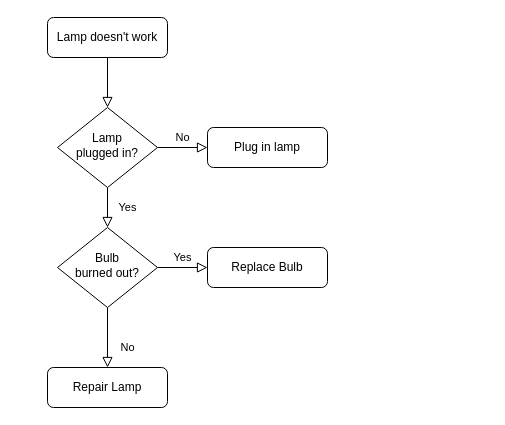
Earlier version of the draw.io diagram Untitled Diagram.drawio (huyle84/diagrams). Source tidied: cells renumbered, new cells numbered last; positions are measured from the earlier drawing's top-left corner, leaving out a move shared by most shapes. Both pictures are drawn from the tidied source at 100%, with x=0, y=0 at pixel (47, 17).
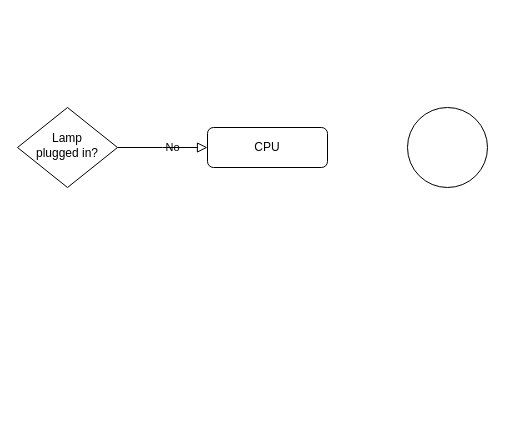
The same page after the edit.

What changed in the source:
```diff
@@
 <mxGraphModel>
   <root>
     <mxCell id="0" />
     <mxCell id="1" parent="0" />
-    <mxCell id="2" style="rounded=0;html=1;jettySize=auto;fontSize=11;endArrow=block;endFill=0;endSize=8;strokeWidth=1;shadow=0;labelBackgroundColor=none;edgeStyle=orthogonalEdgeStyle;" parent="1" edge="1" source="3" target="6">
-      <mxGeometry relative="1" as="geometry" />
-    </mxCell>
-    <mxCell id="3" value="Lamp doesn't work" style="rounded=1;whiteSpace=wrap;html=1;fontSize=12;glass=0;strokeWidth=1;shadow=0;" parent="1" vertex="1">
-      <mxGeometry width="120" height="40" as="geometry" />
+    <mxCell id="3" value="CPU" style="rounded=1;whiteSpace=wrap;html=1;fontSize=12;glass=0;strokeWidth=1;shadow=0;" parent="1" vertex="1">
+      <mxGeometry x="160" y="110" width="120" height="40" as="geometry" />
     </mxCell>
-    <mxCell id="4" value="Yes" style="rounded=0;html=1;jettySize=auto;fontSize=11;endArrow=block;endFill=0;endSize=8;strokeWidth=1;shadow=0;labelBackgroundColor=none;edgeStyle=orthogonalEdgeStyle;" parent="1" edge="1" source="6" target="10">
-      <mxGeometry y="20" relative="1" as="geometry" />
-    </mxCell>
-    <mxCell id="5" value="No" style="edgeStyle=orthogonalEdgeStyle;rounded=0;html=1;jettySize=auto;fontSize=11;endArrow=block;endFill=0;endSize=8;strokeWidth=1;shadow=0;labelBackgroundColor=none;" parent="1" edge="1" source="6" target="7">
-      <mxGeometry y="10" relative="1" as="geometry" />
+    <mxCell id="5" value="No" style="edgeStyle=orthogonalEdgeStyle;rounded=0;html=1;jettySize=auto;fontSize=11;endArrow=block;endFill=0;endSize=8;strokeWidth=1;shadow=0;labelBackgroundColor=none;" parent="1" edge="1" source="6">
+      <mxGeometry y="10" relative="1" as="geometry">
+        <mxPoint x="160" y="130" as="targetPoint" />
+      </mxGeometry>
     </mxCell>
     <mxCell id="6" value="Lamp&lt;br&gt;plugged in?" style="rhombus;whiteSpace=wrap;html=1;shadow=0;fontFamily=Helvetica;fontSize=12;align=center;strokeWidth=1;spacing=6;spacingTop=-4;" parent="1" vertex="1">
-      <mxGeometry x="10" y="90" width="100" height="80" as="geometry" />
+      <mxGeometry x="-30" y="90" width="100" height="80" as="geometry" />
     </mxCell>
-    <mxCell id="7" value="Plug in lamp" style="rounded=1;whiteSpace=wrap;html=1;fontSize=12;glass=0;strokeWidth=1;shadow=0;" parent="1" vertex="1">
-      <mxGeometry x="160" y="110" width="120" height="40" as="geometry" />
-    </mxCell>
-    <mxCell id="8" value="No" style="rounded=0;html=1;jettySize=auto;fontSize=11;endArrow=block;endFill=0;endSize=8;strokeWidth=1;shadow=0;labelBackgroundColor=none;edgeStyle=orthogonalEdgeStyle;" parent="1" edge="1" source="10" target="11">
-      <mxGeometry x="0.33" y="20" relative="1" as="geometry" />
-    </mxCell>
-    <mxCell id="9" value="Yes" style="edgeStyle=orthogonalEdgeStyle;rounded=0;html=1;jettySize=auto;fontSize=11;endArrow=block;endFill=0;endSize=8;strokeWidth=1;shadow=0;labelBackgroundColor=none;" parent="1" edge="1" source="10" target="12">
-      <mxGeometry y="10" relative="1" as="geometry" />
-    </mxCell>
-    <mxCell id="10" value="Bulb&lt;br&gt;burned out?" style="rhombus;whiteSpace=wrap;html=1;shadow=0;fontFamily=Helvetica;fontSize=12;align=center;strokeWidth=1;spacing=6;spacingTop=-4;" parent="1" vertex="1">
-      <mxGeometry x="10" y="210" width="100" height="80" as="geometry" />
-    </mxCell>
-    <mxCell id="11" value="Repair Lamp" style="rounded=1;whiteSpace=wrap;html=1;fontSize=12;glass=0;strokeWidth=1;shadow=0;" parent="1" vertex="1">
-      <mxGeometry y="350" width="120" height="40" as="geometry" />
-    </mxCell>
-    <mxCell id="12" value="Replace Bulb" style="rounded=1;whiteSpace=wrap;html=1;fontSize=12;glass=0;strokeWidth=1;shadow=0;" parent="1" vertex="1">
-      <mxGeometry x="160" y="230" width="120" height="40" as="geometry" />
-    </mxCell>
+    <mxCell id="13" style="ellipse;whiteSpace=wrap;html=1;" parent="1" vertex="1">
+      <mxGeometry x="360" y="90" width="80" height="80" as="geometry" />
+    </mxCell>
   </root>
 </mxGraphModel>
```
